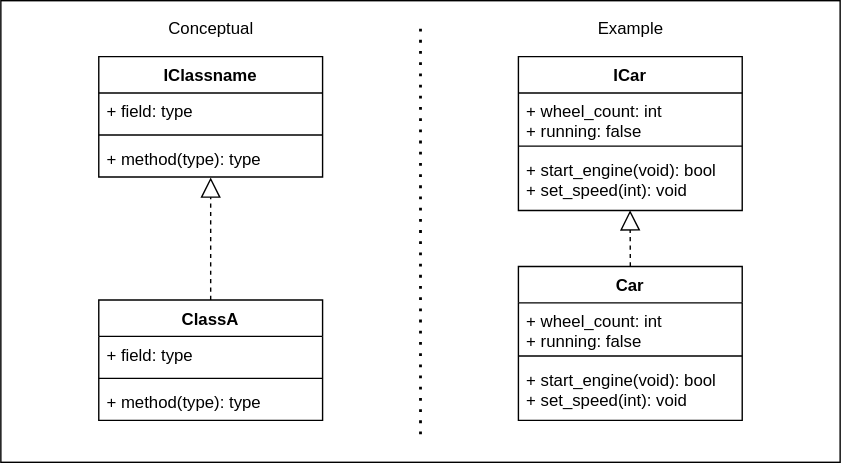
Above: img/class_implements.svg in Sean-Bradley/Design-Patterns-In-Python (draw.io), before the change. Source tidied: cells renumbered, new cells last; positions are measured from the earlier drawing's top-left corner, leaving out a move shared by most shapes. The source it was exported from:
```xml
<mxGraphModel>
  <root>
    <mxCell id="0" />
    <mxCell id="1" parent="0" />
    <mxCell id="2" style="rounded=0;whiteSpace=wrap;html=1;" parent="1" vertex="1">
      <mxGeometry width="600" height="330" as="geometry" />
    </mxCell>
    <mxCell id="3" value="ClassA" style="swimlane;fontStyle=1;align=center;verticalAlign=top;horizontal=1;startSize=26;" parent="1" vertex="1">
      <mxGeometry x="70" y="214" width="160" height="86" as="geometry" />
    </mxCell>
    <mxCell id="4" value="+ field: type" style="text;strokeColor=none;fillColor=none;align=left;verticalAlign=top;spacingLeft=4;spacingRight=4;overflow=hidden;" parent="3" vertex="1">
      <mxGeometry y="26" width="160" height="26" as="geometry" />
    </mxCell>
    <mxCell id="5" style="line;strokeWidth=1;fillColor=none;align=left;verticalAlign=middle;spacingTop=-1;spacingLeft=3;spacingRight=3;labelPosition=right;" parent="3" vertex="1">
      <mxGeometry y="52" width="160" height="8" as="geometry" />
    </mxCell>
    <mxCell id="6" value="+ method(type): type" style="text;strokeColor=none;fillColor=none;align=left;verticalAlign=top;spacingLeft=4;spacingRight=4;overflow=hidden;" parent="3" vertex="1">
      <mxGeometry y="60" width="160" height="26" as="geometry" />
    </mxCell>
    <mxCell id="7" value="Car" style="swimlane;fontStyle=1;align=center;verticalAlign=top;horizontal=1;startSize=26;" parent="1" vertex="1">
      <mxGeometry x="370" y="190" width="160" height="110" as="geometry" />
    </mxCell>
    <mxCell id="8" value="+ wheel_count: int&#10;+ running: false" style="text;strokeColor=none;fillColor=none;align=left;verticalAlign=top;spacingLeft=4;spacingRight=4;overflow=hidden;" parent="7" vertex="1">
      <mxGeometry y="26" width="160" height="34" as="geometry" />
    </mxCell>
    <mxCell id="9" style="line;strokeWidth=1;fillColor=none;align=left;verticalAlign=middle;spacingTop=-1;spacingLeft=3;spacingRight=3;labelPosition=right;" parent="7" vertex="1">
      <mxGeometry y="60" width="160" height="8" as="geometry" />
    </mxCell>
    <mxCell id="10" value="+ start_engine(void): bool&#10;+ set_speed(int): void" style="text;strokeColor=none;fillColor=none;align=left;verticalAlign=top;spacingLeft=4;spacingRight=4;overflow=hidden;" parent="7" vertex="1">
      <mxGeometry y="68" width="160" height="42" as="geometry" />
    </mxCell>
    <mxCell id="11" value="Conceptual" style="text;html=1;align=center;verticalAlign=middle;" parent="1" vertex="1">
      <mxGeometry x="110" y="10" width="80" height="20" as="geometry" />
    </mxCell>
    <mxCell id="12" value="Example" style="text;html=1;align=center;verticalAlign=middle;" parent="1" vertex="1">
      <mxGeometry x="420" y="10" width="60" height="20" as="geometry" />
    </mxCell>
    <mxCell id="13" style="endArrow=none;dashed=1;html=1;dashPattern=1 3;strokeWidth=2;" parent="1" edge="1">
      <mxGeometry relative="1" as="geometry">
        <mxPoint x="300" y="310" as="sourcePoint" />
        <mxPoint x="300" y="20" as="targetPoint" />
      </mxGeometry>
    </mxCell>
    <mxCell id="14" value="IClassname" style="swimlane;fontStyle=1;align=center;verticalAlign=top;horizontal=1;startSize=26;" parent="1" vertex="1">
      <mxGeometry x="70" y="40" width="160" height="86" as="geometry" />
    </mxCell>
    <mxCell id="15" value="+ field: type" style="text;strokeColor=none;fillColor=none;align=left;verticalAlign=top;spacingLeft=4;spacingRight=4;overflow=hidden;" parent="14" vertex="1">
      <mxGeometry y="26" width="160" height="26" as="geometry" />
    </mxCell>
    <mxCell id="16" style="line;strokeWidth=1;fillColor=none;align=left;verticalAlign=middle;spacingTop=-1;spacingLeft=3;spacingRight=3;labelPosition=right;" parent="14" vertex="1">
      <mxGeometry y="52" width="160" height="8" as="geometry" />
    </mxCell>
    <mxCell id="17" value="+ method(type): type" style="text;strokeColor=none;fillColor=none;align=left;verticalAlign=top;spacingLeft=4;spacingRight=4;overflow=hidden;points=[[0,0.5],[1,0.5]];portConstraint=eastwest;" parent="14" vertex="1">
      <mxGeometry y="60" width="160" height="26" as="geometry" />
    </mxCell>
    <mxCell id="18" style="edgeStyle=orthogonalEdgeStyle;rounded=0;jettySize=auto;html=1;exitX=0.5;exitY=0;exitDx=0;exitDy=0;entryX=0.5;entryY=1.012;entryDx=0;entryDy=0;endArrow=block;endFill=0;dashed=1;entryPerimeter=0;endSize=12;" parent="1" edge="1" source="3" target="17">
      <mxGeometry relative="1" as="geometry" />
    </mxCell>
    <mxCell id="19" value="ICar" style="swimlane;fontStyle=1;align=center;verticalAlign=top;horizontal=1;startSize=26;" parent="1" vertex="1">
      <mxGeometry x="370" y="40" width="160" height="110" as="geometry" />
    </mxCell>
    <mxCell id="20" value="+ wheel_count: int&#10;+ running: false" style="text;strokeColor=none;fillColor=none;align=left;verticalAlign=top;spacingLeft=4;spacingRight=4;overflow=hidden;" parent="19" vertex="1">
      <mxGeometry y="26" width="160" height="34" as="geometry" />
    </mxCell>
    <mxCell id="21" style="line;strokeWidth=1;fillColor=none;align=left;verticalAlign=middle;spacingTop=-1;spacingLeft=3;spacingRight=3;labelPosition=right;" parent="19" vertex="1">
      <mxGeometry y="60" width="160" height="8" as="geometry" />
    </mxCell>
    <mxCell id="22" value="+ start_engine(void): bool&#10;+ set_speed(int): void" style="text;strokeColor=none;fillColor=none;align=left;verticalAlign=top;spacingLeft=4;spacingRight=4;overflow=hidden;points=[[0,0.5],[1,0.5]];portConstraint=eastwest;" parent="19" vertex="1">
      <mxGeometry y="68" width="160" height="42" as="geometry" />
    </mxCell>
    <mxCell id="23" style="edgeStyle=orthogonalEdgeStyle;rounded=0;jettySize=auto;html=1;exitX=0.5;exitY=0;exitDx=0;exitDy=0;entryX=0.499;entryY=0.994;entryDx=0;entryDy=0;endArrow=block;endFill=0;dashed=1;entryPerimeter=0;endSize=12;" parent="1" edge="1" source="7" target="22">
      <mxGeometry relative="1" as="geometry" />
    </mxCell>
  </root>
</mxGraphModel>
```
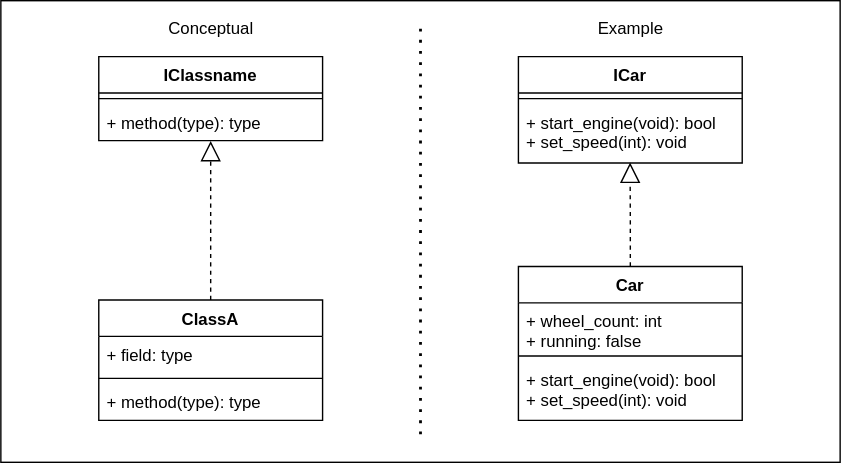
After the change.

The edit, as a diff of the source:
```diff
@@ -42,31 +42,25 @@
       </mxGeometry>
     </mxCell>
     <mxCell id="14" value="IClassname" style="swimlane;fontStyle=1;align=center;verticalAlign=top;horizontal=1;startSize=26;" parent="1" vertex="1">
-      <mxGeometry x="70" y="40" width="160" height="86" as="geometry" />
+      <mxGeometry x="70" y="40" width="160" height="60" as="geometry" />
     </mxCell>
-    <mxCell id="15" value="+ field: type" style="text;strokeColor=none;fillColor=none;align=left;verticalAlign=top;spacingLeft=4;spacingRight=4;overflow=hidden;" parent="14" vertex="1">
-      <mxGeometry y="26" width="160" height="26" as="geometry" />
-    </mxCell>
     <mxCell id="16" style="line;strokeWidth=1;fillColor=none;align=left;verticalAlign=middle;spacingTop=-1;spacingLeft=3;spacingRight=3;labelPosition=right;" parent="14" vertex="1">
-      <mxGeometry y="52" width="160" height="8" as="geometry" />
+      <mxGeometry y="26" width="160" height="8" as="geometry" />
     </mxCell>
     <mxCell id="17" value="+ method(type): type" style="text;strokeColor=none;fillColor=none;align=left;verticalAlign=top;spacingLeft=4;spacingRight=4;overflow=hidden;points=[[0,0.5],[1,0.5]];portConstraint=eastwest;" parent="14" vertex="1">
-      <mxGeometry y="60" width="160" height="26" as="geometry" />
+      <mxGeometry y="34" width="160" height="26" as="geometry" />
     </mxCell>
     <mxCell id="18" style="edgeStyle=orthogonalEdgeStyle;rounded=0;jettySize=auto;html=1;exitX=0.5;exitY=0;exitDx=0;exitDy=0;entryX=0.5;entryY=1.012;entryDx=0;entryDy=0;endArrow=block;endFill=0;dashed=1;entryPerimeter=0;endSize=12;" parent="1" edge="1" source="3" target="17">
       <mxGeometry relative="1" as="geometry" />
     </mxCell>
     <mxCell id="19" value="ICar" style="swimlane;fontStyle=1;align=center;verticalAlign=top;horizontal=1;startSize=26;" parent="1" vertex="1">
-      <mxGeometry x="370" y="40" width="160" height="110" as="geometry" />
+      <mxGeometry x="370" y="40" width="160" height="76" as="geometry" />
     </mxCell>
-    <mxCell id="20" value="+ wheel_count: int&#10;+ running: false" style="text;strokeColor=none;fillColor=none;align=left;verticalAlign=top;spacingLeft=4;spacingRight=4;overflow=hidden;" parent="19" vertex="1">
-      <mxGeometry y="26" width="160" height="34" as="geometry" />
-    </mxCell>
     <mxCell id="21" style="line;strokeWidth=1;fillColor=none;align=left;verticalAlign=middle;spacingTop=-1;spacingLeft=3;spacingRight=3;labelPosition=right;" parent="19" vertex="1">
-      <mxGeometry y="60" width="160" height="8" as="geometry" />
+      <mxGeometry y="26" width="160" height="8" as="geometry" />
     </mxCell>
     <mxCell id="22" value="+ start_engine(void): bool&#10;+ set_speed(int): void" style="text;strokeColor=none;fillColor=none;align=left;verticalAlign=top;spacingLeft=4;spacingRight=4;overflow=hidden;points=[[0,0.5],[1,0.5]];portConstraint=eastwest;" parent="19" vertex="1">
-      <mxGeometry y="68" width="160" height="42" as="geometry" />
+      <mxGeometry y="34" width="160" height="42" as="geometry" />
     </mxCell>
     <mxCell id="23" style="edgeStyle=orthogonalEdgeStyle;rounded=0;jettySize=auto;html=1;exitX=0.5;exitY=0;exitDx=0;exitDy=0;entryX=0.499;entryY=0.994;entryDx=0;entryDy=0;endArrow=block;endFill=0;dashed=1;entryPerimeter=0;endSize=12;" parent="1" edge="1" source="7" target="22">
       <mxGeometry relative="1" as="geometry" />
```
